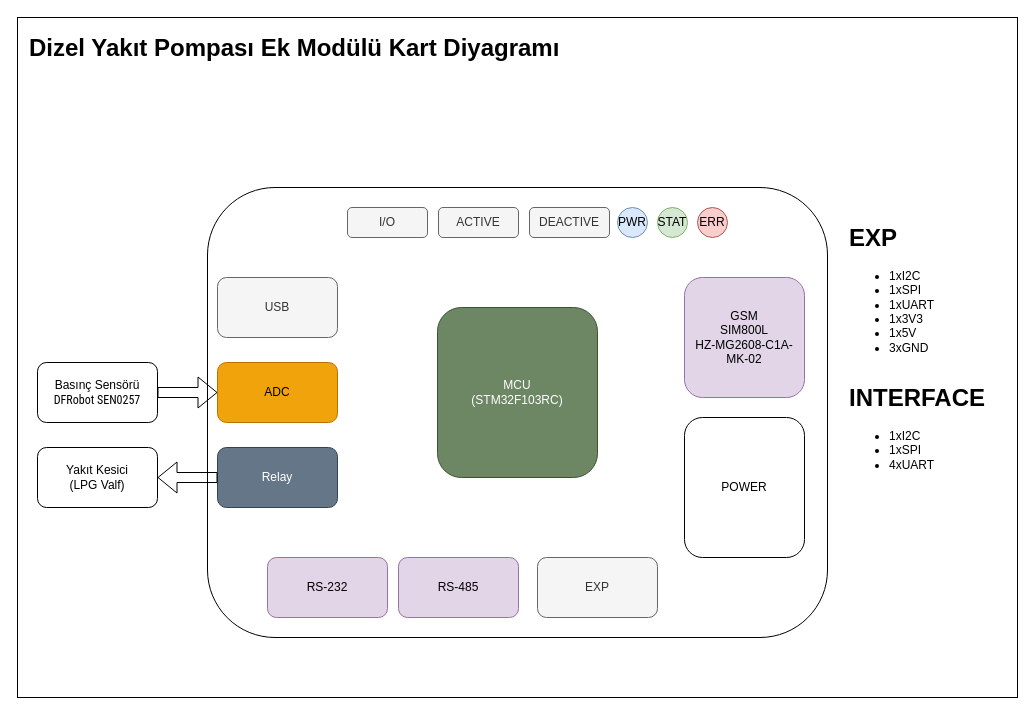
The draw.io diagram page "Main" (1 of 7) of documents/diagrams/Staj-2024.drawio in hidroel/staj-2024, before the edit. Source tidied: cells renumbered, new cells numbered last; positions are measured from the earlier drawing's top-left corner, leaving out a move shared by most shapes. Both pictures are drawn from the tidied source at 100%, with x=0, y=0 at pixel (17, 17).
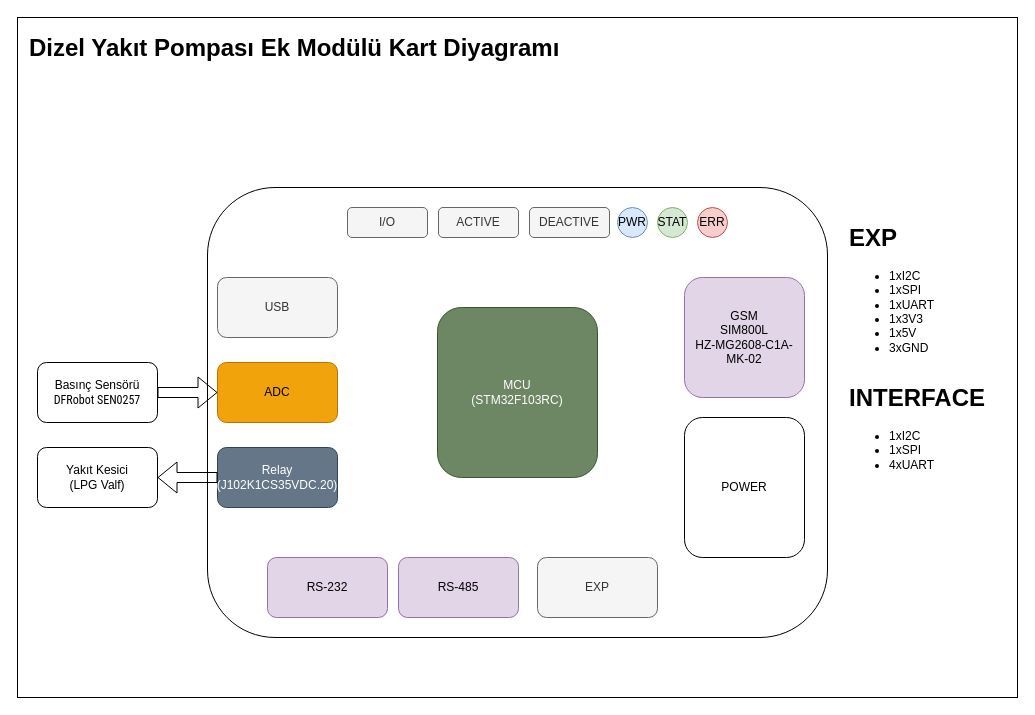
The same diagram, later.

Change to the diagram source:
```diff
@@
-    <mxCell id="8" value="Relay" style="rounded=1;whiteSpace=wrap;html=1;fillColor=#647687;fontColor=#ffffff;strokeColor=#314354;" parent="1" vertex="1">
+    <mxCell id="8" value="Relay&lt;div&gt;(J102K1CS35VDC.20)&lt;/div&gt;" style="rounded=1;whiteSpace=wrap;html=1;fillColor=#647687;fontColor=#ffffff;strokeColor=#314354;" parent="1" vertex="1">
       <mxGeometry x="200" y="430" width="120" height="60" as="geometry" />
     </mxCell>
```
